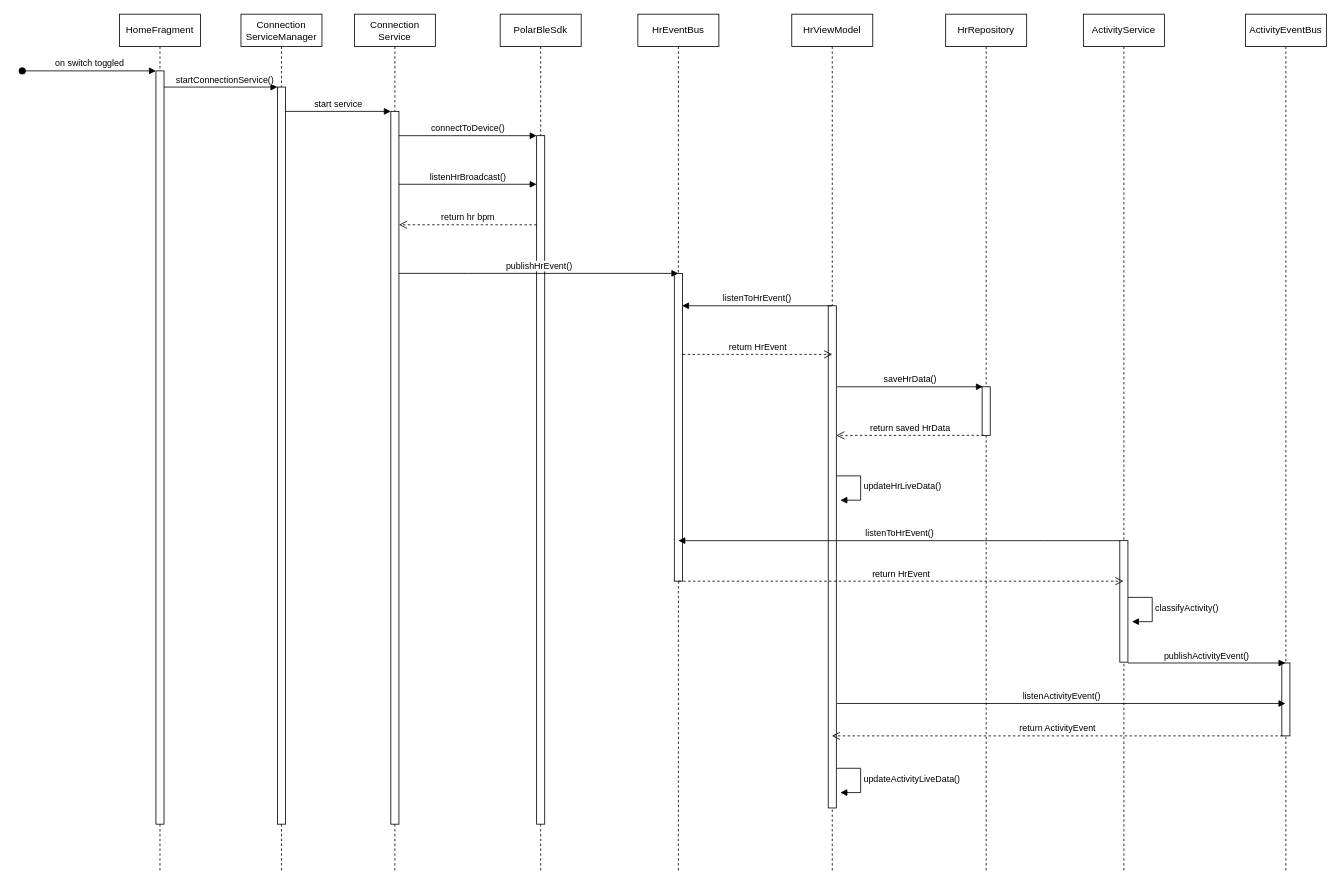
This is my-thesis/diagrams/hr-broadcast.drawio from ba-nhermanto/thesis, a draw.io file, before an edit. Source tidied: cells renumbered, new cells numbered last; positions are measured from the earlier drawing's top-left corner, leaving out a move shared by most shapes. Both pictures are drawn from the tidied source at 81%, with x=0, y=0 at pixel (22, 14).
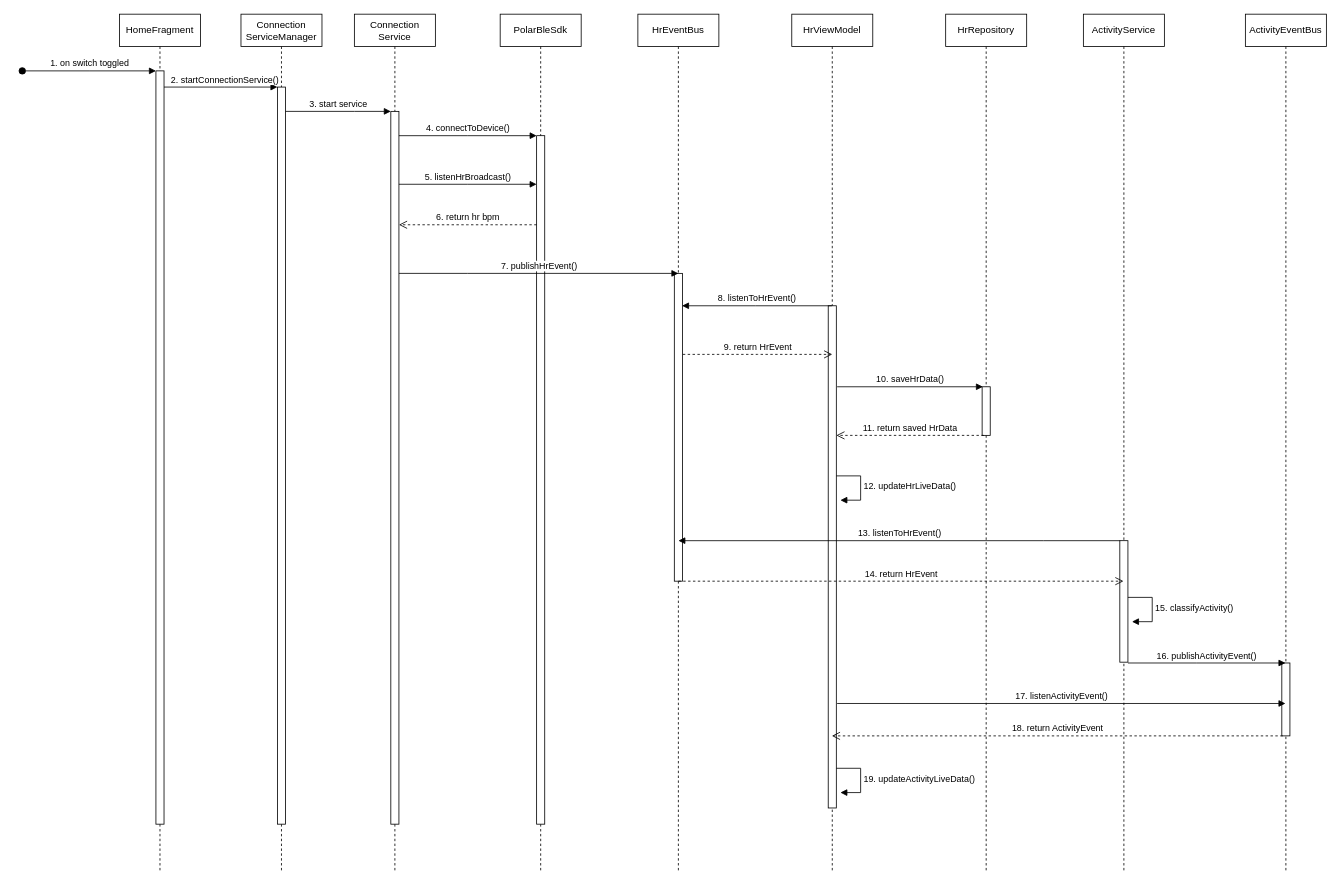
After the change.

Unchanged cells that the change refers to:
```xml
<mxCell id="2" value="HomeFragment" style="shape=umlLifeline;perimeter=lifelinePerimeter;whiteSpace=wrap;html=1;newEdgeStyle={&quot;edgeStyle&quot;:&quot;elbowEdgeStyle&quot;,&quot;elbow&quot;:&quot;vertical&quot;,&quot;curved&quot;:0,&quot;rounded&quot;:0};" parent="1" vertex="1">
  <mxGeometry x="120" width="100" height="1060" as="geometry" />
</mxCell>
<mxCell id="3" style="html=1;points=[];perimeter=orthogonalPerimeter;outlineConnect=0;targetShapes=umlLifeline;portConstraint=eastwest;newEdgeStyle={&quot;edgeStyle&quot;:&quot;elbowEdgeStyle&quot;,&quot;elbow&quot;:&quot;vertical&quot;,&quot;curved&quot;:0,&quot;rounded&quot;:0};" parent="2" vertex="1">
  <mxGeometry x="45" y="70" width="10" height="930" as="geometry" />
</mxCell>
<mxCell id="16" value="HrViewModel" style="shape=umlLifeline;perimeter=lifelinePerimeter;whiteSpace=wrap;html=1;outlineConnect=0;portConstraint=eastwest;newEdgeStyle={&quot;edgeStyle&quot;:&quot;elbowEdgeStyle&quot;,&quot;elbow&quot;:&quot;vertical&quot;,&quot;curved&quot;:0,&quot;rounded&quot;:0};" parent="1" vertex="1">
  <mxGeometry x="950" width="100" height="1060" as="geometry" />
</mxCell>
<mxCell id="23" value="ActivityService" style="shape=umlLifeline;perimeter=lifelinePerimeter;whiteSpace=wrap;html=1;outlineConnect=0;portConstraint=eastwest;newEdgeStyle={&quot;edgeStyle&quot;:&quot;elbowEdgeStyle&quot;,&quot;elbow&quot;:&quot;vertical&quot;,&quot;curved&quot;:0,&quot;rounded&quot;:0};" parent="1" vertex="1">
  <mxGeometry x="1310" width="100" height="1060" as="geometry" />
</mxCell>
<mxCell id="37" style="html=1;points=[];perimeter=orthogonalPerimeter;outlineConnect=0;targetShapes=umlLifeline;portConstraint=eastwest;newEdgeStyle={&quot;edgeStyle&quot;:&quot;elbowEdgeStyle&quot;,&quot;elbow&quot;:&quot;vertical&quot;,&quot;curved&quot;:0,&quot;rounded&quot;:0};" parent="36" vertex="1">
  <mxGeometry x="45" y="90" width="10" height="910" as="geometry" />
</mxCell>
```

What changed in the source:
```diff
@@
-    <mxCell id="4" value="on switch toggled" style="html=1;verticalAlign=bottom;startArrow=oval;endArrow=block;startSize=8;edgeStyle=elbowEdgeStyle;elbow=vertical;curved=0;rounded=0;" parent="2" edge="1" target="3">
+    <mxCell id="4" value="1. on switch toggled" style="html=1;verticalAlign=bottom;startArrow=oval;endArrow=block;startSize=8;edgeStyle=elbowEdgeStyle;elbow=vertical;curved=0;rounded=0;" parent="2" edge="1" target="3">
       <mxGeometry relative="1" as="geometry">
         <mxPoint x="-120" y="70" as="sourcePoint" />
       </mxGeometry>
     </mxCell>
@@
-    <mxCell id="7" value="startConnectionService()" style="html=1;verticalAlign=bottom;endArrow=block;edgeStyle=elbowEdgeStyle;elbow=vertical;curved=0;rounded=0;" parent="1" edge="1" source="3" target="37">
+    <mxCell id="7" value="2. startConnectionService()" style="html=1;verticalAlign=bottom;endArrow=block;edgeStyle=elbowEdgeStyle;elbow=horizontal;curved=0;rounded=0;" parent="1" edge="1" source="3" target="37">
       <mxGeometry x="0.07" relative="1" as="geometry">
         <Array as="points">
           <mxPoint x="250" y="90" />
         </Array>
       </mxGeometry>
     </mxCell>
@@
-    <mxCell id="10" value="connectToDevice()" style="html=1;verticalAlign=bottom;endArrow=block;edgeStyle=elbowEdgeStyle;elbow=vertical;curved=0;rounded=0;" parent="1" edge="1">
+    <mxCell id="10" value="4. connectToDevice()" style="html=1;verticalAlign=bottom;endArrow=block;edgeStyle=elbowEdgeStyle;elbow=vertical;curved=0;rounded=0;" parent="1" edge="1">
       <mxGeometry relative="1" as="geometry">
         <mxPoint x="465" y="150" as="sourcePoint" />
         <mxPoint x="635" y="150" as="targetPoint" />
         <Array as="points">
           <mxPoint x="550" y="150" />
         </Array>
       </mxGeometry>
     </mxCell>
-    <mxCell id="11" value="listenHrBroadcast()" style="html=1;verticalAlign=bottom;endArrow=block;edgeStyle=elbowEdgeStyle;elbow=vertical;curved=0;rounded=0;" parent="1" edge="1">
+    <mxCell id="11" value="5. listenHrBroadcast()" style="html=1;verticalAlign=bottom;endArrow=block;edgeStyle=elbowEdgeStyle;elbow=vertical;curved=0;rounded=0;" parent="1" edge="1">
       <mxGeometry relative="1" as="geometry">
         <mxPoint x="465" y="210" as="sourcePoint" />
         <mxPoint x="635" y="210" as="targetPoint" />
         <Array as="points">
           <mxPoint x="550" y="210" />
         </Array>
       </mxGeometry>
     </mxCell>
-    <mxCell id="12" value="return hr bpm" style="html=1;verticalAlign=bottom;endArrow=open;dashed=1;endSize=8;edgeStyle=elbowEdgeStyle;elbow=vertical;curved=0;rounded=0;" parent="1" edge="1">
+    <mxCell id="12" value="6. return hr bpm" style="html=1;verticalAlign=bottom;endArrow=open;dashed=1;endSize=8;edgeStyle=elbowEdgeStyle;elbow=vertical;curved=0;rounded=0;" parent="1" edge="1">
       <mxGeometry relative="1" as="geometry">
         <mxPoint x="635" y="260" as="sourcePoint" />
         <mxPoint x="465" y="260" as="targetPoint" />
       </mxGeometry>
     </mxCell>
@@
-    <mxCell id="15" value="publishHrEvent()" style="html=1;verticalAlign=bottom;endArrow=block;edgeStyle=elbowEdgeStyle;elbow=vertical;curved=0;rounded=0;" parent="1" edge="1">
+    <mxCell id="15" value="7. publishHrEvent()" style="html=1;verticalAlign=bottom;endArrow=block;edgeStyle=elbowEdgeStyle;elbow=vertical;curved=0;rounded=0;" parent="1" edge="1">
       <mxGeometry relative="1" as="geometry">
         <mxPoint x="465" y="320" as="sourcePoint" />
         <mxPoint x="810" y="320" as="targetPoint" />
         <Array as="points">
           <mxPoint x="550" y="320" />
         </Array>
       </mxGeometry>
     </mxCell>
@@
-    <mxCell id="20" value="saveHrData()" style="html=1;verticalAlign=bottom;endArrow=block;edgeStyle=elbowEdgeStyle;elbow=vertical;curved=0;rounded=0;" parent="1" edge="1">
+    <mxCell id="20" value="10. saveHrData()" style="html=1;verticalAlign=bottom;endArrow=block;edgeStyle=elbowEdgeStyle;elbow=horizontal;curved=0;rounded=0;" parent="1" edge="1">
       <mxGeometry relative="1" as="geometry">
         <mxPoint x="1006" y="460" as="sourcePoint" />
         <mxPoint x="1186" y="460" as="targetPoint" />
         <Array as="points">
           <mxPoint x="1091" y="460" />
         </Array>
       </mxGeometry>
     </mxCell>
-    <mxCell id="21" value="return saved HrData" style="html=1;verticalAlign=bottom;endArrow=open;dashed=1;endSize=8;edgeStyle=elbowEdgeStyle;elbow=vertical;curved=0;rounded=0;" parent="1" edge="1">
+    <mxCell id="21" value="11. return saved HrData" style="html=1;verticalAlign=bottom;endArrow=open;dashed=1;endSize=8;edgeStyle=elbowEdgeStyle;elbow=vertical;curved=0;rounded=0;" parent="1" edge="1">
       <mxGeometry relative="1" as="geometry">
         <mxPoint x="1187" y="520" as="sourcePoint" />
         <mxPoint x="1005" y="520" as="targetPoint" />
       </mxGeometry>
     </mxCell>
-    <mxCell id="22" value="updateHrLiveData()" style="html=1;align=left;spacingLeft=2;endArrow=block;rounded=0;edgeStyle=orthogonalEdgeStyle;curved=0;rounded=0;" parent="1" edge="1">
+    <mxCell id="22" value="12. updateHrLiveData()" style="html=1;align=left;spacingLeft=2;endArrow=block;rounded=0;edgeStyle=orthogonalEdgeStyle;curved=0;rounded=0;" parent="1" edge="1">
       <mxGeometry x="0.01" relative="1" as="geometry">
         <mxPoint x="1005" y="570" as="sourcePoint" />
         <mxPoint x="1010" y="600" as="targetPoint" />
         <Array as="points">
           <mxPoint x="1035" y="600" />
         </Array>
       </mxGeometry>
     </mxCell>
@@
-    <mxCell id="25" value="classifyActivity()" style="html=1;align=left;spacingLeft=2;endArrow=block;rounded=0;edgeStyle=orthogonalEdgeStyle;curved=0;rounded=0;" parent="1" edge="1">
+    <mxCell id="25" value="15. classifyActivity()" style="html=1;align=left;spacingLeft=2;endArrow=block;rounded=0;edgeStyle=orthogonalEdgeStyle;curved=0;rounded=0;" parent="1" edge="1">
       <mxGeometry x="0.01" relative="1" as="geometry">
         <mxPoint x="1365" y="720" as="sourcePoint" />
         <mxPoint x="1370" y="750" as="targetPoint" />
         <Array as="points">
           <mxPoint x="1395" y="750" />
         </Array>
       </mxGeometry>
     </mxCell>
@@
-    <mxCell id="28" value="publishActivityEvent()" style="html=1;verticalAlign=bottom;endArrow=block;edgeStyle=elbowEdgeStyle;elbow=vertical;curved=0;rounded=0;" parent="1" edge="1">
+    <mxCell id="28" value="16. publishActivityEvent()" style="html=1;verticalAlign=bottom;endArrow=block;edgeStyle=elbowEdgeStyle;elbow=vertical;curved=0;rounded=0;" parent="1" edge="1">
       <mxGeometry relative="1" as="geometry">
         <mxPoint x="1365" y="801" as="sourcePoint" />
         <mxPoint x="1559.5" y="801" as="targetPoint" />
         <Array as="points">
           <mxPoint x="1450" y="801" />
         </Array>
       </mxGeometry>
     </mxCell>
-    <mxCell id="29" value="listenToHrEvent()" style="html=1;verticalAlign=bottom;endArrow=block;edgeStyle=elbowEdgeStyle;elbow=vertical;curved=0;rounded=0;" parent="1" edge="1" source="16">
+    <mxCell id="29" value="8. listenToHrEvent()" style="html=1;verticalAlign=bottom;endArrow=block;edgeStyle=elbowEdgeStyle;elbow=vertical;curved=0;rounded=0;" parent="1" edge="1" source="16">
       <mxGeometry relative="1" as="geometry">
         <mxPoint x="814.5" y="360" as="targetPoint" />
         <Array as="points">
           <mxPoint x="905" y="360" />
         </Array>
       </mxGeometry>
     </mxCell>
-    <mxCell id="30" value="return HrEvent" style="html=1;verticalAlign=bottom;endArrow=open;dashed=1;endSize=8;edgeStyle=elbowEdgeStyle;elbow=vertical;curved=0;rounded=0;" parent="1" edge="1">
+    <mxCell id="30" value="9. return HrEvent" style="html=1;verticalAlign=bottom;endArrow=open;dashed=1;endSize=8;edgeStyle=elbowEdgeStyle;elbow=vertical;curved=0;rounded=0;" parent="1" edge="1">
       <mxGeometry relative="1" as="geometry">
         <mxPoint x="815.5" y="420" as="sourcePoint" />
         <mxPoint x="1000" y="420" as="targetPoint" />
       </mxGeometry>
     </mxCell>
-    <mxCell id="31" value="listenToHrEvent()" style="html=1;verticalAlign=bottom;endArrow=block;edgeStyle=elbowEdgeStyle;elbow=vertical;curved=0;rounded=0;" parent="1" edge="1">
+    <mxCell id="31" value="13. listenToHrEvent()" style="html=1;verticalAlign=bottom;endArrow=block;edgeStyle=elbowEdgeStyle;elbow=vertical;curved=0;rounded=0;" parent="1" edge="1">
       <mxGeometry relative="1" as="geometry">
         <mxPoint x="1355.5" y="650" as="sourcePoint" />
         <mxPoint x="810" y="650" as="targetPoint" />
         <Array as="points">
           <mxPoint x="1260.5" y="650" />
         </Array>
       </mxGeometry>
     </mxCell>
-    <mxCell id="32" value="listenActivityEvent()" style="html=1;verticalAlign=bottom;endArrow=block;edgeStyle=elbowEdgeStyle;elbow=vertical;curved=0;rounded=0;" parent="1" edge="1">
+    <mxCell id="32" value="17. listenActivityEvent()" style="html=1;verticalAlign=bottom;endArrow=block;edgeStyle=elbowEdgeStyle;elbow=vertical;curved=0;rounded=0;" parent="1" edge="1">
       <mxGeometry relative="1" as="geometry">
         <mxPoint x="1006" y="851" as="sourcePoint" />
         <mxPoint x="1559.5" y="851" as="targetPoint" />
         <Array as="points">
           <mxPoint x="1091" y="851" />
         </Array>
       </mxGeometry>
     </mxCell>
-    <mxCell id="33" value="return ActivityEvent" style="html=1;verticalAlign=bottom;endArrow=open;dashed=1;endSize=8;edgeStyle=elbowEdgeStyle;elbow=vertical;curved=0;rounded=0;" parent="1" edge="1">
+    <mxCell id="33" value="18. return ActivityEvent" style="html=1;verticalAlign=bottom;endArrow=open;dashed=1;endSize=8;edgeStyle=elbowEdgeStyle;elbow=vertical;curved=0;rounded=0;" parent="1" edge="1">
       <mxGeometry relative="1" as="geometry">
         <mxPoint x="1556" y="891" as="sourcePoint" />
         <mxPoint x="999.5" y="891" as="targetPoint" />
       </mxGeometry>
     </mxCell>
-    <mxCell id="34" value="updateActivityLiveData()" style="html=1;align=left;spacingLeft=2;endArrow=block;rounded=0;edgeStyle=orthogonalEdgeStyle;curved=0;rounded=0;" parent="1" edge="1">
+    <mxCell id="34" value="19. updateActivityLiveData()" style="html=1;align=left;spacingLeft=2;endArrow=block;rounded=0;edgeStyle=orthogonalEdgeStyle;curved=0;rounded=0;" parent="1" edge="1">
       <mxGeometry x="0.01" relative="1" as="geometry">
         <mxPoint x="1005" y="931" as="sourcePoint" />
         <mxPoint x="1010" y="961" as="targetPoint" />
         <Array as="points">
           <mxPoint x="1035" y="961" />
         </Array>
       </mxGeometry>
     </mxCell>
-    <mxCell id="35" value="return HrEvent" style="html=1;verticalAlign=bottom;endArrow=open;dashed=1;endSize=8;edgeStyle=elbowEdgeStyle;elbow=vertical;curved=0;rounded=0;" parent="1" edge="1" target="23">
+    <mxCell id="35" value="14. return HrEvent" style="html=1;verticalAlign=bottom;endArrow=open;dashed=1;endSize=8;edgeStyle=elbowEdgeStyle;elbow=vertical;curved=0;rounded=0;" parent="1" edge="1" target="23">
       <mxGeometry relative="1" as="geometry">
         <mxPoint x="810" y="700" as="sourcePoint" />
       </mxGeometry>
     </mxCell>
@@
-    <mxCell id="38" value="start service" style="html=1;verticalAlign=bottom;endArrow=block;edgeStyle=elbowEdgeStyle;elbow=vertical;curved=0;rounded=0;" parent="1" edge="1">
+    <mxCell id="38" value="3. start service" style="html=1;verticalAlign=bottom;endArrow=block;edgeStyle=elbowEdgeStyle;elbow=horizontal;curved=0;rounded=0;" parent="1" edge="1">
       <mxGeometry relative="1" as="geometry">
         <mxPoint x="325" y="120" as="sourcePoint" />
         <mxPoint x="455" y="120" as="targetPoint" />
         <Array as="points">
           <mxPoint x="410" y="120" />
         </Array>
       </mxGeometry>
     </mxCell>
```
